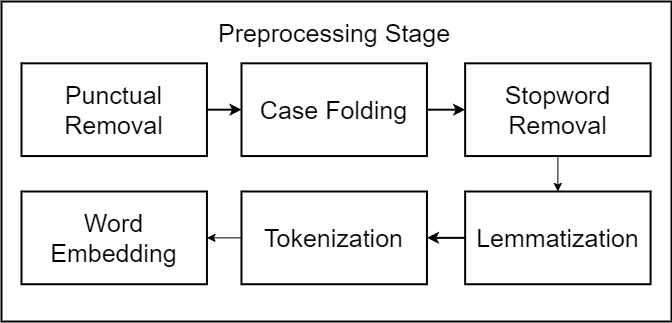
Earlier version of the draw.io export preprocessing.png (erlanggadewa/Sentiment-Analysis-Review-Steam). Source tidied: cells renumbered, new cells last; positions are measured from the earlier drawing's top-left corner, leaving out a move shared by most shapes.
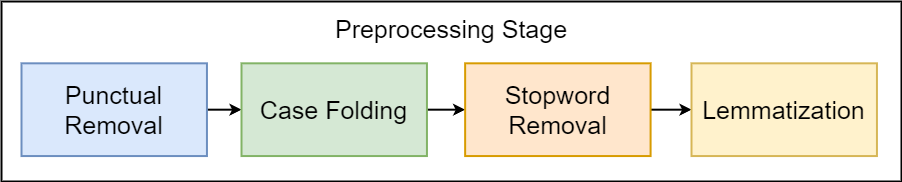
After the change.

The edit, as a diff of the source:
```diff
@@ -2,44 +2,32 @@
   <root>
     <mxCell id="0" />
     <mxCell id="1" parent="0" />
-    <mxCell id="2" style="rounded=0;whiteSpace=wrap;html=1;fontSize=25;strokeWidth=2;" parent="1" vertex="1">
-      <mxGeometry width="670" height="320" as="geometry" />
-    </mxCell>
+    <mxCell id="15" style="rounded=0;whiteSpace=wrap;html=1;fontSize=25;strokeWidth=2;" parent="1" vertex="1">
+      <mxGeometry width="900" height="180" as="geometry" />
+    </mxCell>
     <mxCell id="3" style="edgeStyle=none;html=1;entryX=0;entryY=0.5;entryDx=0;entryDy=0;fontSize=25;strokeWidth=2;" parent="1" edge="1" source="4" target="6">
       <mxGeometry relative="1" as="geometry" />
     </mxCell>
-    <mxCell id="4" value="Punctual Removal" style="rounded=0;whiteSpace=wrap;html=1;fontSize=25;strokeWidth=2;" parent="1" vertex="1">
+    <mxCell id="4" value="Punctual Removal" style="rounded=0;whiteSpace=wrap;html=1;fontSize=25;strokeWidth=2;fillColor=#dae8fc;strokeColor=#6c8ebf;" parent="1" vertex="1">
       <mxGeometry x="20" y="61.8" width="185.5" height="92.7" as="geometry" />
     </mxCell>
     <mxCell id="5" style="edgeStyle=none;html=1;entryX=0;entryY=0.5;entryDx=0;entryDy=0;fontSize=25;strokeWidth=2;" parent="1" edge="1" source="6" target="8">
       <mxGeometry relative="1" as="geometry" />
     </mxCell>
-    <mxCell id="6" value="&lt;span style=&quot;color: rgb(0, 0, 0);&quot;&gt;Case Folding&lt;/span&gt;" style="rounded=0;whiteSpace=wrap;html=1;fontSize=25;strokeWidth=2;" parent="1" vertex="1">
+    <mxCell id="6" value="&lt;span style=&quot;color: rgb(0, 0, 0);&quot;&gt;Case Folding&lt;/span&gt;" style="rounded=0;whiteSpace=wrap;html=1;fontSize=25;strokeWidth=2;fillColor=#d5e8d4;strokeColor=#82b366;" parent="1" vertex="1">
       <mxGeometry x="240" y="61.8" width="185.5" height="92.7" as="geometry" />
     </mxCell>
-    <mxCell id="7" style="edgeStyle=none;html=1;entryX=0.5;entryY=0;entryDx=0;entryDy=0;" parent="1" edge="1" source="8" target="10">
+    <mxCell id="7" style="edgeStyle=none;html=1;entryX=0;entryY=0.5;entryDx=0;entryDy=0;strokeWidth=2;" parent="1" edge="1" source="8" target="10">
       <mxGeometry relative="1" as="geometry" />
     </mxCell>
-    <mxCell id="8" value="Stopword Removal" style="rounded=0;whiteSpace=wrap;html=1;fontSize=25;strokeWidth=2;" parent="1" vertex="1">
+    <mxCell id="8" value="Stopword Removal" style="rounded=0;whiteSpace=wrap;html=1;fontSize=25;strokeWidth=2;fillColor=#ffe6cc;strokeColor=#d79b00;" parent="1" vertex="1">
       <mxGeometry x="463.6" y="61.8" width="185.5" height="92.7" as="geometry" />
     </mxCell>
-    <mxCell id="9" style="edgeStyle=none;html=1;entryX=1;entryY=0.5;entryDx=0;entryDy=0;fontSize=25;strokeWidth=2;" parent="1" edge="1" source="10" target="12">
-      <mxGeometry relative="1" as="geometry" />
-    </mxCell>
-    <mxCell id="10" value="Lemmatization" style="rounded=0;whiteSpace=wrap;html=1;fontSize=25;strokeWidth=2;" parent="1" vertex="1">
-      <mxGeometry x="463.6" y="190" width="185.5" height="92.7" as="geometry" />
+    <mxCell id="10" value="Lemmatization" style="rounded=0;whiteSpace=wrap;html=1;fontSize=25;strokeWidth=2;fillColor=#fff2cc;strokeColor=#d6b656;" parent="1" vertex="1">
+      <mxGeometry x="690" y="61.8" width="185.5" height="92.7" as="geometry" />
     </mxCell>
-    <mxCell id="11" style="edgeStyle=none;html=1;entryX=1;entryY=0.5;entryDx=0;entryDy=0;" parent="1" edge="1" source="12" target="14">
-      <mxGeometry relative="1" as="geometry" />
-    </mxCell>
-    <mxCell id="12" value="Tokenization" style="rounded=0;whiteSpace=wrap;html=1;fontSize=25;strokeWidth=2;" parent="1" vertex="1">
-      <mxGeometry x="240" y="190" width="185.5" height="92.7" as="geometry" />
-    </mxCell>
     <mxCell id="13" value="Preprocessing Stage" style="text;html=1;align=center;verticalAlign=middle;whiteSpace=wrap;rounded=0;fontSize=25;strokeWidth=2;" parent="1" vertex="1">
-      <mxGeometry x="182.7" y="7.7" width="300" height="46.4" as="geometry" />
+      <mxGeometry x="300" y="4" width="300" height="46.4" as="geometry" />
     </mxCell>
-    <mxCell id="14" value="Word Embedding" style="rounded=0;whiteSpace=wrap;html=1;fontSize=25;strokeWidth=2;" parent="1" vertex="1">
-      <mxGeometry x="20" y="190" width="185.5" height="92.7" as="geometry" />
-    </mxCell>
   </root>
 </mxGraphModel>
```
